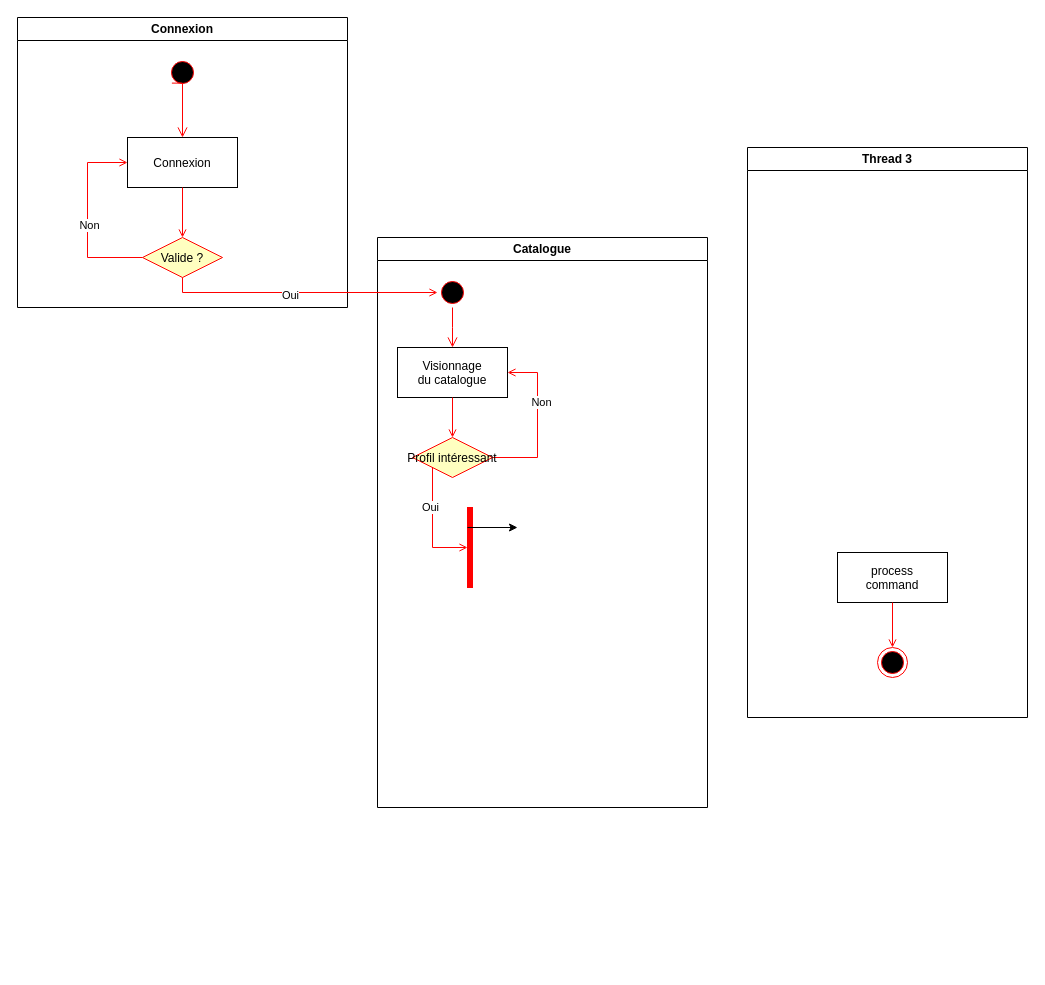
Before: Untitled Diagram.drawio in Inebhis/uml-project, a draw.io diagram. Source tidied: cells renumbered, new cells numbered last; positions are measured from the earlier drawing's top-left corner, leaving out a move shared by most shapes. Both pictures are drawn from the tidied source at 100%, with x=0, y=0 at pixel (17, 17).
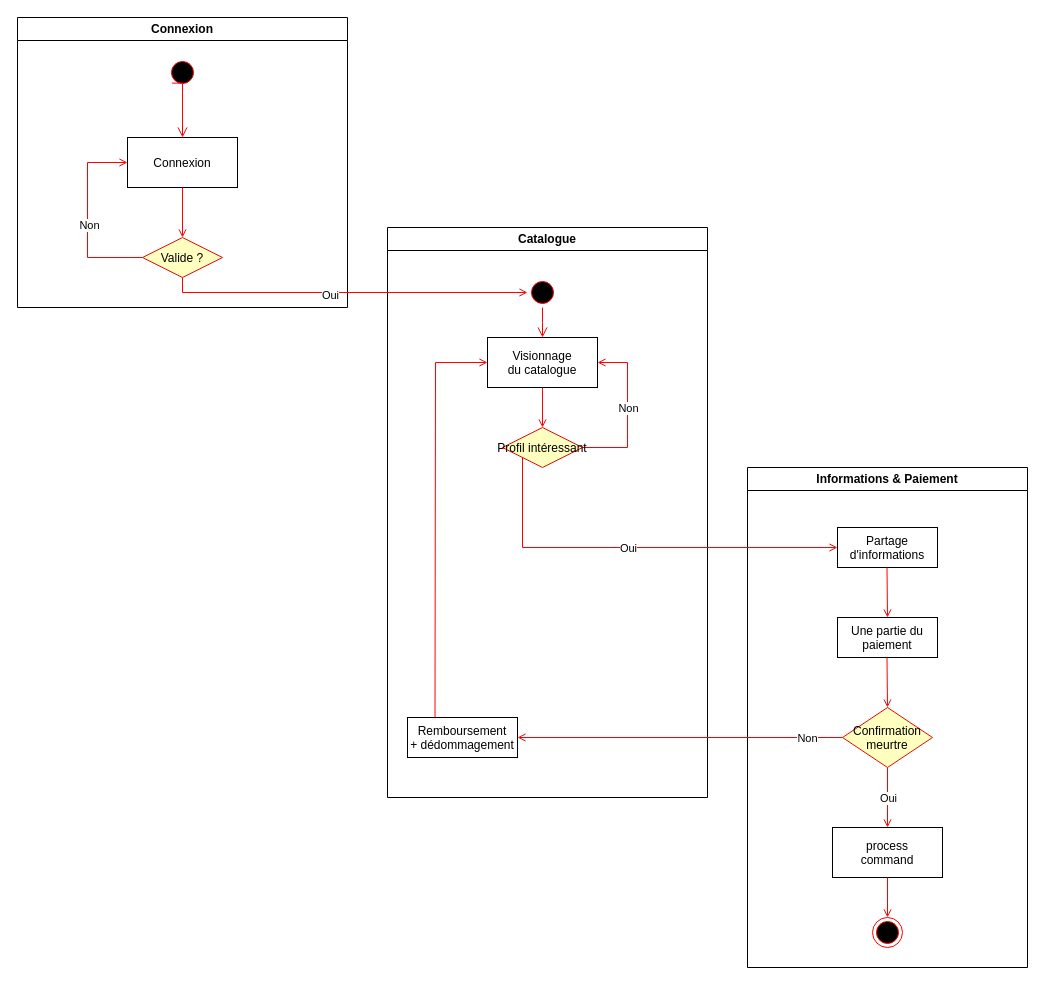
The same page after the edit.

What changed in the source:
```diff
@@
     <mxCell id="10" value="Catalogue" style="swimlane;whiteSpace=wrap;" parent="1" vertex="1">
-      <mxGeometry x="360" y="220" width="330" height="570" as="geometry" />
+      <mxGeometry x="370" y="210" width="320" height="570" as="geometry" />
     </mxCell>
     <mxCell id="11" style="ellipse;shape=startState;fillColor=#000000;strokeColor=#ff0000;" parent="10" vertex="1">
-      <mxGeometry x="60" y="40" width="30" height="30" as="geometry" />
+      <mxGeometry x="140" y="50" width="30" height="30" as="geometry" />
     </mxCell>
     <mxCell id="12" style="edgeStyle=elbowEdgeStyle;elbow=horizontal;verticalAlign=bottom;endArrow=open;endSize=8;strokeColor=#FF0000;endFill=1;rounded=0;" parent="10" edge="1" source="11" target="13">
-      <mxGeometry x="40" y="20" as="geometry" />
+      <mxGeometry x="46.5" y="20" as="geometry" />
     </mxCell>
     <mxCell id="13" value="Visionnage&#10;du catalogue" parent="10" vertex="1">
-      <mxGeometry x="20" y="110" width="110" height="50" as="geometry" />
+      <mxGeometry x="100" y="110" width="110" height="50" as="geometry" />
     </mxCell>
     <mxCell id="14" style="endArrow=open;strokeColor=#FF0000;endFill=1;rounded=0;" parent="10" edge="1" source="13">
       <mxGeometry relative="1" as="geometry">
-        <mxPoint x="75" y="200" as="targetPoint" />
+        <mxPoint x="155" y="200" as="targetPoint" />
       </mxGeometry>
     </mxCell>
-    <mxCell id="15" style="endArrow=open;strokeColor=#FF0000;endFill=1;rounded=0;exitX=0;exitY=1;exitDx=0;exitDy=0;" parent="10" edge="1" source="20">
-      <mxGeometry relative="1" as="geometry">
-        <mxPoint x="90" y="310" as="targetPoint" />
-        <Array as="points">
-          <mxPoint x="55" y="310" />
-        </Array>
-      </mxGeometry>
-    </mxCell>
-    <mxCell id="16" value="Oui" style="edgeLabel;html=1;align=center;verticalAlign=middle;" parent="15" vertex="1">
-      <mxGeometry x="-0.32" y="-3" relative="1" as="geometry" />
-    </mxCell>
-    <mxCell id="17" style="whiteSpace=wrap;strokeColor=#FF0000;fillColor=#FF0000;" parent="10" vertex="1">
-      <mxGeometry x="90" y="270" width="5" height="80" as="geometry" />
-    </mxCell>
     <mxCell id="18" style="endArrow=open;strokeColor=#FF0000;endFill=1;rounded=0;exitX=1;exitY=0.5;exitDx=0;exitDy=0;entryX=1;entryY=0.5;entryDx=0;entryDy=0;" parent="10" edge="1" source="20" target="13">
       <mxGeometry relative="1" as="geometry">
         <Array as="points">
-          <mxPoint x="160" y="220" />
-          <mxPoint x="160" y="135" />
+          <mxPoint x="240" y="220" />
+          <mxPoint x="240" y="135" />
         </Array>
       </mxGeometry>
     </mxCell>
     <mxCell id="19" value="Non" style="edgeLabel;html=1;align=center;verticalAlign=middle;" parent="18" vertex="1">
-      <mxGeometry x="0.26" y="-3" relative="1" as="geometry" />
+      <mxGeometry x="0.26" y="-3" relative="1" as="geometry">
+        <mxPoint x="-3" y="16" as="offset" />
+      </mxGeometry>
     </mxCell>
     <mxCell id="20" value="Profil intéressant" style="rhombus;fillColor=#ffffc0;strokeColor=#ff0000;" parent="10" vertex="1">
-      <mxGeometry x="35" y="200" width="80" height="40" as="geometry" />
+      <mxGeometry x="115" y="200" width="80" height="40" as="geometry" />
     </mxCell>
+    <mxCell id="28" value="Remboursement&#10;+ dédommagement" parent="10" vertex="1">
+      <mxGeometry x="20" y="490" width="110" height="40" as="geometry" />
+    </mxCell>
+    <mxCell id="29" style="endArrow=open;strokeColor=#FF0000;endFill=1;rounded=0;exitX=0.25;exitY=0;exitDx=0;exitDy=0;entryX=0;entryY=0.5;entryDx=0;entryDy=0;" parent="10" edge="1" source="28" target="13">
+      <mxGeometry relative="1" as="geometry">
+        <Array as="points">
+          <mxPoint x="48" y="135" />
+        </Array>
+      </mxGeometry>
+    </mxCell>
-    <mxCell id="21" value="Thread 3" style="swimlane;whiteSpace=wrap;" parent="1" vertex="1">
-      <mxGeometry x="730" y="130" width="280" height="570" as="geometry" />
+    <mxCell id="21" value="Informations &amp; Paiement" style="swimlane;whiteSpace=wrap;" parent="1" vertex="1">
+      <mxGeometry x="730" y="450" width="280" height="500" as="geometry" />
     </mxCell>
     <mxCell id="22" value="process&#10;command" parent="21" vertex="1">
-      <mxGeometry x="90" y="405" width="110" height="50" as="geometry" />
+      <mxGeometry x="85" y="360" width="110" height="50" as="geometry" />
     </mxCell>
     <mxCell id="23" style="ellipse;shape=endState;fillColor=#000000;strokeColor=#ff0000;" parent="21" vertex="1">
-      <mxGeometry x="130" y="500" width="30" height="30" as="geometry" />
+      <mxGeometry x="125" y="450" width="30" height="30" as="geometry" />
     </mxCell>
@@
+    <mxCell id="30" value="Partage&#10;d'informations" parent="21" vertex="1">
+      <mxGeometry x="90" y="60" width="100" height="40" as="geometry" />
+    </mxCell>
+    <mxCell id="31" style="endArrow=open;strokeColor=#FF0000;endFill=1;rounded=0;entryX=0.5;entryY=0;entryDx=0;entryDy=0;" parent="21" edge="1" target="32">
+      <mxGeometry relative="1" as="geometry">
+        <mxPoint x="139.5" y="100" as="sourcePoint" />
+      </mxGeometry>
+    </mxCell>
+    <mxCell id="32" value="Une partie du&#10;paiement" parent="21" vertex="1">
+      <mxGeometry x="90" y="150" width="100" height="40" as="geometry" />
+    </mxCell>
+    <mxCell id="33" style="endArrow=open;strokeColor=#FF0000;endFill=1;rounded=0;entryX=0.5;entryY=0;entryDx=0;entryDy=0;" parent="21" edge="1">
+      <mxGeometry relative="1" as="geometry">
+        <mxPoint x="139.5" y="190" as="sourcePoint" />
+        <mxPoint x="140" y="240" as="targetPoint" />
+      </mxGeometry>
+    </mxCell>
+    <mxCell id="34" style="endArrow=open;strokeColor=#FF0000;endFill=1;rounded=0;exitX=0.5;exitY=1;exitDx=0;exitDy=0;" parent="21" edge="1" source="36">
+      <mxGeometry relative="1" as="geometry">
+        <mxPoint x="140" y="360" as="targetPoint" />
+      </mxGeometry>
+    </mxCell>
+    <mxCell id="35" value="Oui" style="edgeLabel;html=1;align=center;verticalAlign=middle;" parent="34" vertex="1">
+      <mxGeometry x="-0.28" y="1" relative="1" as="geometry">
+        <mxPoint x="-1" y="8" as="offset" />
+      </mxGeometry>
+    </mxCell>
+    <mxCell id="36" value="Confirmation&#10;meurtre" style="rhombus;fillColor=#ffffc0;strokeColor=#ff0000;" parent="21" vertex="1">
+      <mxGeometry x="95" y="240" width="90" height="60" as="geometry" />
+    </mxCell>
@@
-    <mxCell id="27" style="endArrow=classic;html=1;exitX=0;exitY=0.25;exitDx=0;exitDy=0;" parent="1" edge="1" source="17">
-      <mxGeometry relative="1" as="geometry">
-        <mxPoint x="500" y="510" as="targetPoint" />
-      </mxGeometry>
-    </mxCell>
+    <mxCell id="15" style="endArrow=open;strokeColor=#FF0000;endFill=1;rounded=0;exitX=0;exitY=1;exitDx=0;exitDy=0;entryX=0;entryY=0.5;entryDx=0;entryDy=0;" parent="1" edge="1" source="20" target="30">
+      <mxGeometry relative="1" as="geometry">
+        <Array as="points">
+          <mxPoint x="505" y="530" />
+        </Array>
+      </mxGeometry>
+    </mxCell>
+    <mxCell id="16" value="Oui" style="edgeLabel;html=1;align=center;verticalAlign=middle;" parent="15" vertex="1">
+      <mxGeometry x="-0.32" y="-3" relative="1" as="geometry">
+        <mxPoint x="57" y="-3" as="offset" />
+      </mxGeometry>
+    </mxCell>
+    <mxCell id="37" style="endArrow=open;strokeColor=#FF0000;endFill=1;rounded=0;exitX=0;exitY=0.5;exitDx=0;exitDy=0;entryX=1;entryY=0.5;entryDx=0;entryDy=0;" parent="1" edge="1" source="36" target="28">
+      <mxGeometry relative="1" as="geometry" />
+    </mxCell>
+    <mxCell id="38" value="Non" style="edgeLabel;html=1;align=center;verticalAlign=middle;" parent="37" vertex="1">
+      <mxGeometry x="-0.65" y="-2" relative="1" as="geometry">
+        <mxPoint x="21" y="2" as="offset" />
+      </mxGeometry>
+    </mxCell>
```
